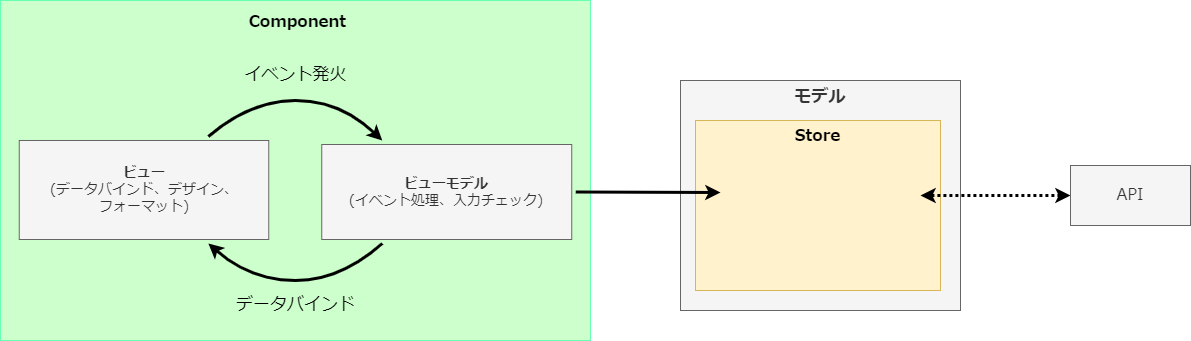
Above: documents/contents/images/app-architecture/client-side-rendering/view&viewmodel-component-light.png in AlesInfiny/maia (draw.io), before the change. Source tidied: cells renumbered, new cells last; positions are measured from the earlier drawing's top-left corner, leaving out a move shared by most shapes.
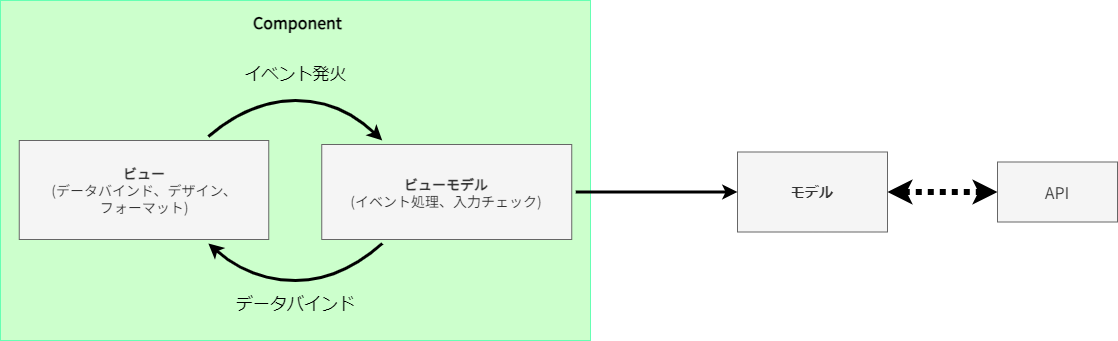
Later version of the same file.

Change to the diagram source:
```diff
@@ -2,19 +2,16 @@
   <root>
     <mxCell id="0" />
     <mxCell id="1" parent="0" />
-    <mxCell id="2" value="モデル" style="rounded=0;whiteSpace=wrap;html=1;fillColor=#f5f5f5;fontColor=#333333;strokeColor=#666666;fontStyle=1;verticalAlign=top;fontSize=17;" parent="1" vertex="1">
-      <mxGeometry x="680" y="80" width="280" height="230" as="geometry" />
+    <mxCell id="2" value="モデル" style="rounded=0;whiteSpace=wrap;html=1;fillColor=#f5f5f5;fontColor=#333333;strokeColor=#666666;fontStyle=1;verticalAlign=middle;fontSize=14;" parent="1" vertex="1">
+      <mxGeometry x="737" y="151.5" width="150" height="80" as="geometry" />
     </mxCell>
-    <mxCell id="3" value="&lt;b&gt;Store&lt;/b&gt;" style="rounded=0;whiteSpace=wrap;html=1;fontSize=16;verticalAlign=top;fillColor=#fff2cc;strokeColor=#d6b656;fontFamily=Noto Sans JP;fontSource=https%3A%2F%2Ffonts.googleapis.com%2Fcss%3Ffamily%3DNoto%2BSans%2BJP;" parent="1" vertex="1">
-      <mxGeometry x="695" y="120" width="245" height="170" as="geometry" />
-    </mxCell>
-    <mxCell id="4" style="endArrow=classic;html=1;fontSize=14;fontFamily=Noto Sans JP;fontSource=https%3A%2F%2Ffonts.googleapis.com%2Fcss%3Ffamily%3DNoto%2BSans%2BJP;exitX=0;exitY=0.5;exitDx=0;exitDy=0;startArrow=classic;startFill=1;dashed=1;strokeWidth=3;dashPattern=1 1;" parent="1" edge="1" source="5">
+    <mxCell id="4" style="endArrow=classic;html=1;fontSize=14;fontFamily=Noto Sans JP;fontSource=https%3A%2F%2Ffonts.googleapis.com%2Fcss%3Ffamily%3DNoto%2BSans%2BJP;exitX=0;exitY=0.5;exitDx=0;exitDy=0;startArrow=classic;startFill=1;dashed=1;strokeWidth=6;dashPattern=1 1;" parent="1" edge="1" source="5">
       <mxGeometry relative="1" as="geometry">
-        <mxPoint x="920" y="195" as="targetPoint" />
+        <mxPoint x="887" y="191.5" as="targetPoint" />
       </mxGeometry>
     </mxCell>
     <mxCell id="5" value="API" style="rounded=0;whiteSpace=wrap;html=1;fontSize=16;fillColor=#f5f5f5;strokeColor=#666666;fontFamily=Noto Sans JP;fontSource=https%3A%2F%2Ffonts.googleapis.com%2Fcss%3Ffamily%3DNoto%2BSans%2BJP;fontColor=#333333;" parent="1" vertex="1">
-      <mxGeometry x="1070" y="165" width="120" height="60" as="geometry" />
+      <mxGeometry x="997" y="161.5" width="120" height="60" as="geometry" />
     </mxCell>
     <mxCell id="6" value="Component" style="rounded=0;whiteSpace=wrap;html=1;align=center;spacingLeft=5;fillColor=#CCFFCC;fontColor=#000000;strokeColor=#66FFB3;verticalAlign=top;fontSize=16;fontFamily=Noto Sans JP;fontSource=https%3A%2F%2Ffonts.googleapis.com%2Fcss%3Ffamily%3DNoto%2BSans%2BJP;fontStyle=1;spacingTop=6;" parent="1" vertex="1">
       <mxGeometry width="590" height="340" as="geometry" />
@@ -25,10 +22,8 @@
     <mxCell id="8" value="&lt;b&gt;ビューモデル&lt;/b&gt;&lt;br style=&quot;font-size: 14px&quot;&gt;(イベント処理、入力チェック)" style="rounded=0;whiteSpace=wrap;html=1;fontSize=14;fontFamily=Noto Sans JP;fontSource=https%3A%2F%2Ffonts.googleapis.com%2Fcss%3Ffamily%3DNoto%2BSans%2BJP;perimeterSpacing=4;fillColor=#f5f5f5;fontColor=#333333;strokeColor=#666666;" parent="1" vertex="1">
       <mxGeometry x="321.2" y="144" width="250" height="95" as="geometry" />
     </mxCell>
-    <mxCell id="9" style="endArrow=classic;html=1;fontSize=14;fontFamily=Noto Sans JP;fontSource=https%3A%2F%2Ffonts.googleapis.com%2Fcss%3Ffamily%3DNoto%2BSans%2BJP;exitX=1;exitY=0.5;exitDx=0;exitDy=0;strokeWidth=3;" parent="1" edge="1" source="8">
-      <mxGeometry relative="1" as="geometry">
-        <mxPoint x="720" y="192" as="targetPoint" />
-      </mxGeometry>
+    <mxCell id="9" style="endArrow=classic;html=1;fontSize=14;fontFamily=Noto Sans JP;fontSource=https%3A%2F%2Ffonts.googleapis.com%2Fcss%3Ffamily%3DNoto%2BSans%2BJP;exitX=1;exitY=0.5;exitDx=0;exitDy=0;strokeWidth=3;entryX=0;entryY=0.5;entryDx=0;entryDy=0;" parent="1" edge="1" source="8" target="2">
+      <mxGeometry relative="1" as="geometry" />
     </mxCell>
     <mxCell id="10" style="curved=1;endArrow=classic;html=1;rounded=1;sketch=0;exitX=0.75;exitY=0;exitDx=0;exitDy=0;entryX=0.25;entryY=0;entryDx=0;entryDy=0;strokeWidth=3;" parent="1" edge="1" source="7" target="8">
       <mxGeometry relative="1" as="geometry">
```
